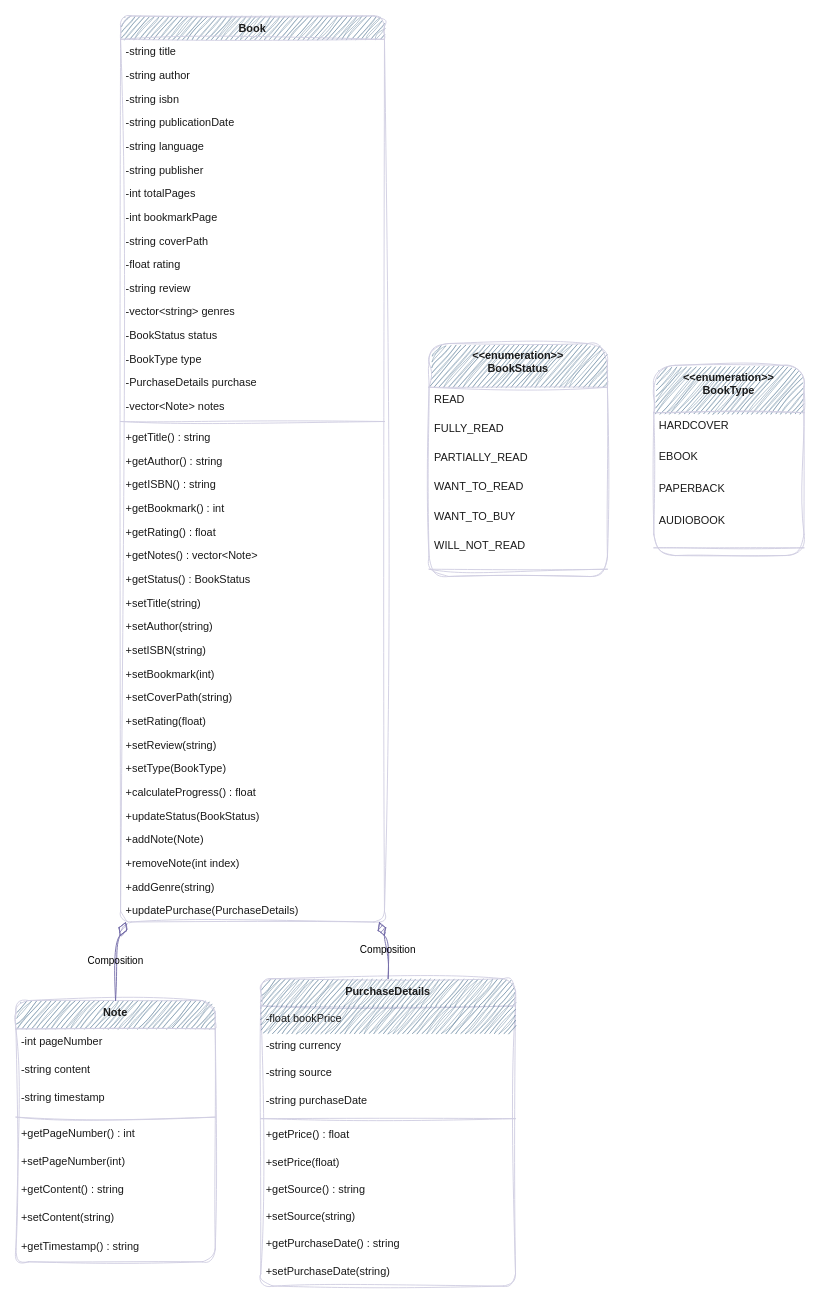
Newlove-Kwarfo/LibMark keeps this draw.io diagram as uml.drawio. Above is the earlier version. Source tidied: cells renumbered, new cells numbered last; positions are measured from the earlier drawing's top-left corner, leaving out a move shared by most shapes. Both pictures are drawn from the tidied source at 91%, with x=0, y=0 at pixel (15, 15).
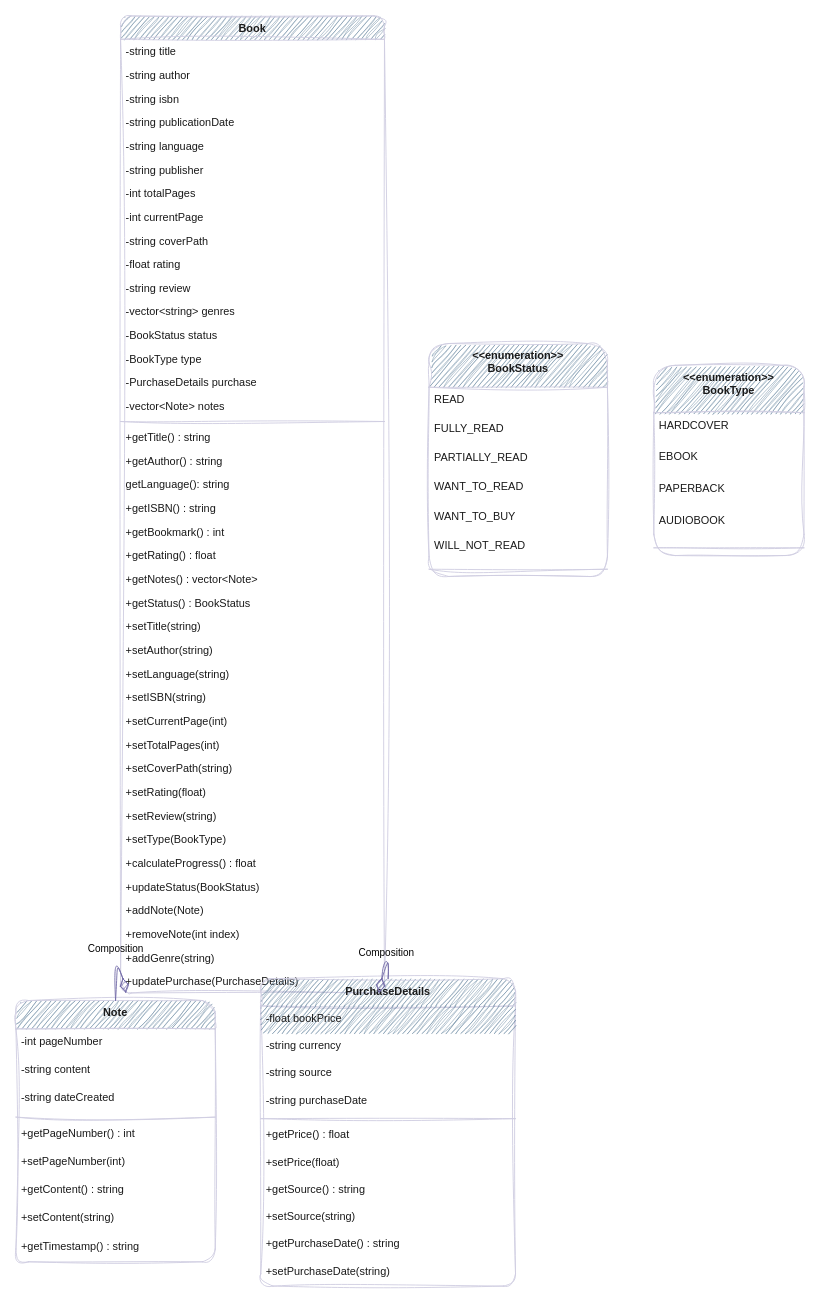
The same page after the edit.

The change refers to these unchanged cells:
```xml
<mxCell id="41" value="Note" style="swimlane;fontStyle=1;align=center;verticalAlign=top;horizontal=1;startSize=31.11111111111111;fillColor=#5D7F99;strokeColor=#D0CEE2;fontColor=#1A1A1A;labelBackgroundColor=none;rounded=1;sketch=1;curveFitting=1;jiggle=2;" parent="1" vertex="1">
  <mxGeometry y="1082" width="219" height="287.1" as="geometry" />
</mxCell>
```

Change to the diagram source:
```diff
@@
     <mxCell id="2" value="Book" style="swimlane;fontStyle=1;align=center;verticalAlign=top;horizontal=1;startSize=25.68421052631579;fillColor=#5D7F99;strokeColor=#D0CEE2;fontColor=#1A1A1A;labelBackgroundColor=none;rounded=1;sketch=1;curveFitting=1;jiggle=2;" parent="1" vertex="1">
-      <mxGeometry x="115" width="290" height="995.7" as="geometry" />
+      <mxGeometry x="115" width="290" height="1073.7" as="geometry" />
     </mxCell>
@@
-    <mxCell id="10" value="-int bookmarkPage" style="text;strokeColor=none;fillColor=none;align=left;verticalAlign=top;spacingLeft=4;spacingRight=4;overflow=hidden;labelBackgroundColor=none;fontColor=#1A1A1A;rounded=1;sketch=1;curveFitting=1;jiggle=2;" parent="2" vertex="1">
+    <mxCell id="10" value="-int currentPage" style="text;strokeColor=none;fillColor=none;align=left;verticalAlign=top;spacingLeft=4;spacingRight=4;overflow=hidden;labelBackgroundColor=none;fontColor=#1A1A1A;rounded=1;sketch=1;curveFitting=1;jiggle=2;" parent="2" vertex="1">
       <mxGeometry y="207.7" width="290" height="26" as="geometry" />
     </mxCell>
@@
+    <mxCell id="79" value="getLanguage(): string" style="text;strokeColor=none;fillColor=none;align=left;verticalAlign=top;spacingLeft=4;spacingRight=4;overflow=hidden;labelBackgroundColor=none;fontColor=#1A1A1A;rounded=1;sketch=1;curveFitting=1;jiggle=2;" parent="2" vertex="1">
+      <mxGeometry y="501.7" width="290" height="26" as="geometry" />
+    </mxCell>
     <mxCell id="22" value="+getISBN() : string" style="text;strokeColor=none;fillColor=none;align=left;verticalAlign=top;spacingLeft=4;spacingRight=4;overflow=hidden;labelBackgroundColor=none;fontColor=#1A1A1A;rounded=1;sketch=1;curveFitting=1;jiggle=2;" parent="2" vertex="1">
-      <mxGeometry y="501.7" width="290" height="26" as="geometry" />
+      <mxGeometry y="527.7" width="290" height="26" as="geometry" />
     </mxCell>
     <mxCell id="23" value="+getBookmark() : int" style="text;strokeColor=none;fillColor=none;align=left;verticalAlign=top;spacingLeft=4;spacingRight=4;overflow=hidden;labelBackgroundColor=none;fontColor=#1A1A1A;rounded=1;sketch=1;curveFitting=1;jiggle=2;" parent="2" vertex="1">
-      <mxGeometry y="527.7" width="290" height="26" as="geometry" />
+      <mxGeometry y="553.7" width="290" height="26" as="geometry" />
     </mxCell>
     <mxCell id="24" value="+getRating() : float" style="text;strokeColor=none;fillColor=none;align=left;verticalAlign=top;spacingLeft=4;spacingRight=4;overflow=hidden;labelBackgroundColor=none;fontColor=#1A1A1A;rounded=1;sketch=1;curveFitting=1;jiggle=2;" parent="2" vertex="1">
-      <mxGeometry y="553.7" width="290" height="26" as="geometry" />
+      <mxGeometry y="579.7" width="290" height="26" as="geometry" />
     </mxCell>
     <mxCell id="25" value="+getNotes() : vector&lt;Note&gt;" style="text;strokeColor=none;fillColor=none;align=left;verticalAlign=top;spacingLeft=4;spacingRight=4;overflow=hidden;labelBackgroundColor=none;fontColor=#1A1A1A;rounded=1;sketch=1;curveFitting=1;jiggle=2;" parent="2" vertex="1">
-      <mxGeometry y="579.7" width="290" height="26" as="geometry" />
+      <mxGeometry y="605.7" width="290" height="26" as="geometry" />
     </mxCell>
     <mxCell id="26" value="+getStatus() : BookStatus" style="text;strokeColor=none;fillColor=none;align=left;verticalAlign=top;spacingLeft=4;spacingRight=4;overflow=hidden;labelBackgroundColor=none;fontColor=#1A1A1A;rounded=1;sketch=1;curveFitting=1;jiggle=2;" parent="2" vertex="1">
-      <mxGeometry y="605.7" width="290" height="26" as="geometry" />
+      <mxGeometry y="631.7" width="290" height="26" as="geometry" />
     </mxCell>
     <mxCell id="27" value="+setTitle(string)" style="text;strokeColor=none;fillColor=none;align=left;verticalAlign=top;spacingLeft=4;spacingRight=4;overflow=hidden;labelBackgroundColor=none;fontColor=#1A1A1A;rounded=1;sketch=1;curveFitting=1;jiggle=2;" parent="2" vertex="1">
-      <mxGeometry y="631.7" width="290" height="26" as="geometry" />
+      <mxGeometry y="657.7" width="290" height="26" as="geometry" />
     </mxCell>
     <mxCell id="28" value="+setAuthor(string)" style="text;strokeColor=none;fillColor=none;align=left;verticalAlign=top;spacingLeft=4;spacingRight=4;overflow=hidden;labelBackgroundColor=none;fontColor=#1A1A1A;rounded=1;sketch=1;curveFitting=1;jiggle=2;" parent="2" vertex="1">
-      <mxGeometry y="657.7" width="290" height="26" as="geometry" />
+      <mxGeometry y="683.7" width="290" height="26" as="geometry" />
     </mxCell>
+    <mxCell id="80" value="+setLanguage(string)" style="text;strokeColor=none;fillColor=none;align=left;verticalAlign=top;spacingLeft=4;spacingRight=4;overflow=hidden;labelBackgroundColor=none;fontColor=#1A1A1A;rounded=1;sketch=1;curveFitting=1;jiggle=2;" parent="2" vertex="1">
+      <mxGeometry y="709.7" width="290" height="26" as="geometry" />
+    </mxCell>
     <mxCell id="29" value="+setISBN(string)" style="text;strokeColor=none;fillColor=none;align=left;verticalAlign=top;spacingLeft=4;spacingRight=4;overflow=hidden;labelBackgroundColor=none;fontColor=#1A1A1A;rounded=1;sketch=1;curveFitting=1;jiggle=2;" parent="2" vertex="1">
-      <mxGeometry y="683.7" width="290" height="26" as="geometry" />
+      <mxGeometry y="735.7" width="290" height="26" as="geometry" />
     </mxCell>
-    <mxCell id="30" value="+setBookmark(int)" style="text;strokeColor=none;fillColor=none;align=left;verticalAlign=top;spacingLeft=4;spacingRight=4;overflow=hidden;labelBackgroundColor=none;fontColor=#1A1A1A;rounded=1;sketch=1;curveFitting=1;jiggle=2;" parent="2" vertex="1">
-      <mxGeometry y="709.7" width="290" height="26" as="geometry" />
+    <mxCell id="30" value="+setCurrentPage(int)" style="text;strokeColor=none;fillColor=none;align=left;verticalAlign=top;spacingLeft=4;spacingRight=4;overflow=hidden;labelBackgroundColor=none;fontColor=#1A1A1A;rounded=1;sketch=1;curveFitting=1;jiggle=2;" parent="2" vertex="1">
+      <mxGeometry y="761.7" width="290" height="26" as="geometry" />
     </mxCell>
+    <mxCell id="81" value="+setTotalPages(int)" style="text;strokeColor=none;fillColor=none;align=left;verticalAlign=top;spacingLeft=4;spacingRight=4;overflow=hidden;labelBackgroundColor=none;fontColor=#1A1A1A;rounded=1;sketch=1;curveFitting=1;jiggle=2;" parent="2" vertex="1">
+      <mxGeometry y="787.7" width="290" height="26" as="geometry" />
+    </mxCell>
     <mxCell id="31" value="+setCoverPath(string)" style="text;strokeColor=none;fillColor=none;align=left;verticalAlign=top;spacingLeft=4;spacingRight=4;overflow=hidden;labelBackgroundColor=none;fontColor=#1A1A1A;rounded=1;sketch=1;curveFitting=1;jiggle=2;" parent="2" vertex="1">
-      <mxGeometry y="735.7" width="290" height="26" as="geometry" />
+      <mxGeometry y="813.7" width="290" height="26" as="geometry" />
     </mxCell>
     <mxCell id="32" value="+setRating(float)" style="text;strokeColor=none;fillColor=none;align=left;verticalAlign=top;spacingLeft=4;spacingRight=4;overflow=hidden;labelBackgroundColor=none;fontColor=#1A1A1A;rounded=1;sketch=1;curveFitting=1;jiggle=2;" parent="2" vertex="1">
-      <mxGeometry y="761.7" width="290" height="26" as="geometry" />
+      <mxGeometry y="839.7" width="290" height="26" as="geometry" />
     </mxCell>
     <mxCell id="33" value="+setReview(string)" style="text;strokeColor=none;fillColor=none;align=left;verticalAlign=top;spacingLeft=4;spacingRight=4;overflow=hidden;labelBackgroundColor=none;fontColor=#1A1A1A;rounded=1;sketch=1;curveFitting=1;jiggle=2;" parent="2" vertex="1">
-      <mxGeometry y="787.7" width="290" height="26" as="geometry" />
+      <mxGeometry y="865.7" width="290" height="26" as="geometry" />
     </mxCell>
     <mxCell id="34" value="+setType(BookType)" style="text;strokeColor=none;fillColor=none;align=left;verticalAlign=top;spacingLeft=4;spacingRight=4;overflow=hidden;labelBackgroundColor=none;fontColor=#1A1A1A;rounded=1;sketch=1;curveFitting=1;jiggle=2;" parent="2" vertex="1">
-      <mxGeometry y="813.7" width="290" height="26" as="geometry" />
+      <mxGeometry y="891.7" width="290" height="26" as="geometry" />
     </mxCell>
     <mxCell id="35" value="+calculateProgress() : float" style="text;strokeColor=none;fillColor=none;align=left;verticalAlign=top;spacingLeft=4;spacingRight=4;overflow=hidden;labelBackgroundColor=none;fontColor=#1A1A1A;rounded=1;sketch=1;curveFitting=1;jiggle=2;" parent="2" vertex="1">
-      <mxGeometry y="839.7" width="290" height="26" as="geometry" />
+      <mxGeometry y="917.7" width="290" height="26" as="geometry" />
     </mxCell>
     <mxCell id="36" value="+updateStatus(BookStatus)" style="text;strokeColor=none;fillColor=none;align=left;verticalAlign=top;spacingLeft=4;spacingRight=4;overflow=hidden;labelBackgroundColor=none;fontColor=#1A1A1A;rounded=1;sketch=1;curveFitting=1;jiggle=2;" parent="2" vertex="1">
-      <mxGeometry y="865.7" width="290" height="26" as="geometry" />
+      <mxGeometry y="943.7" width="290" height="26" as="geometry" />
     </mxCell>
     <mxCell id="37" value="+addNote(Note)" style="text;strokeColor=none;fillColor=none;align=left;verticalAlign=top;spacingLeft=4;spacingRight=4;overflow=hidden;labelBackgroundColor=none;fontColor=#1A1A1A;rounded=1;sketch=1;curveFitting=1;jiggle=2;" parent="2" vertex="1">
-      <mxGeometry y="891.7" width="290" height="26" as="geometry" />
+      <mxGeometry y="969.7" width="290" height="26" as="geometry" />
     </mxCell>
     <mxCell id="38" value="+removeNote(int index)" style="text;strokeColor=none;fillColor=none;align=left;verticalAlign=top;spacingLeft=4;spacingRight=4;overflow=hidden;labelBackgroundColor=none;fontColor=#1A1A1A;rounded=1;sketch=1;curveFitting=1;jiggle=2;" parent="2" vertex="1">
-      <mxGeometry y="917.7" width="290" height="26" as="geometry" />
+      <mxGeometry y="995.7" width="290" height="26" as="geometry" />
     </mxCell>
     <mxCell id="39" value="+addGenre(string)" style="text;strokeColor=none;fillColor=none;align=left;verticalAlign=top;spacingLeft=4;spacingRight=4;overflow=hidden;labelBackgroundColor=none;fontColor=#1A1A1A;rounded=1;sketch=1;curveFitting=1;jiggle=2;" parent="2" vertex="1">
-      <mxGeometry y="943.7" width="290" height="26" as="geometry" />
+      <mxGeometry y="1021.7" width="290" height="26" as="geometry" />
     </mxCell>
     <mxCell id="40" value="+updatePurchase(PurchaseDetails)" style="text;strokeColor=none;fillColor=none;align=left;verticalAlign=top;spacingLeft=4;spacingRight=4;overflow=hidden;labelBackgroundColor=none;fontColor=#1A1A1A;rounded=1;sketch=1;curveFitting=1;jiggle=2;" parent="2" vertex="1">
-      <mxGeometry y="969.7" width="290" height="26" as="geometry" />
+      <mxGeometry y="1047.7" width="290" height="26" as="geometry" />
     </mxCell>
@@
-    <mxCell id="44" value="-string timestamp" style="text;strokeColor=none;fillColor=none;align=left;verticalAlign=top;spacingLeft=4;spacingRight=4;overflow=hidden;labelBackgroundColor=none;fontColor=#1A1A1A;rounded=1;sketch=1;curveFitting=1;jiggle=2;" parent="41" vertex="1">
+    <mxCell id="44" value="-string dateCreated" style="text;strokeColor=none;fillColor=none;align=left;verticalAlign=top;spacingLeft=4;spacingRight=4;overflow=hidden;labelBackgroundColor=none;fontColor=#1A1A1A;rounded=1;sketch=1;curveFitting=1;jiggle=2;" parent="41" vertex="1">
       <mxGeometry y="93.1" width="219" height="31" as="geometry" />
     </mxCell>
```
